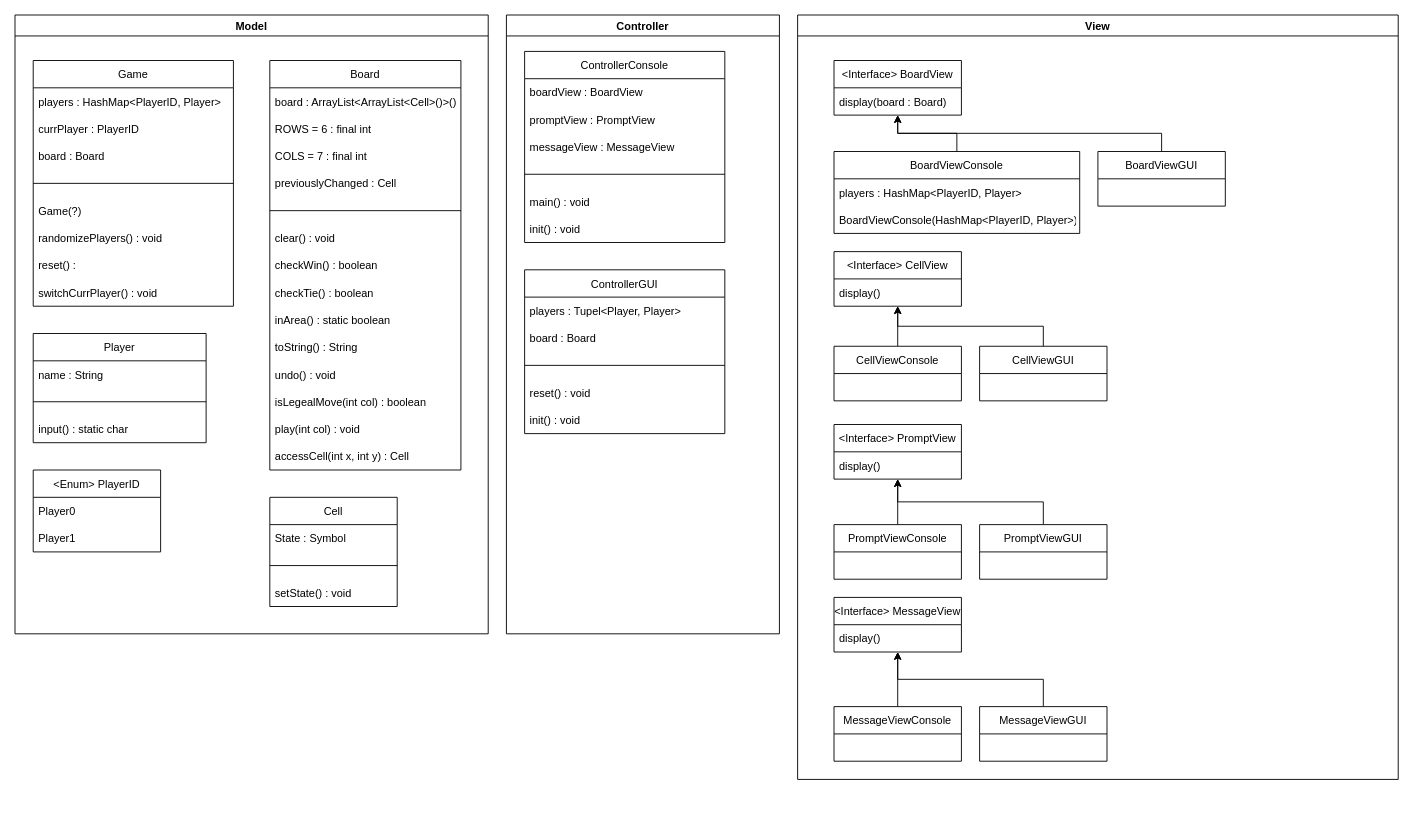
Above: Documentation/viergewinnt.drawio in s-prechtl/sprechtl_jweissen_viergewinnt (draw.io), before the change. Source tidied: cells renumbered, new cells numbered last; positions are measured from the earlier drawing's top-left corner, leaving out a move shared by most shapes. Both pictures are drawn from the tidied source at 91%, with x=0, y=0 at pixel (15, 15).
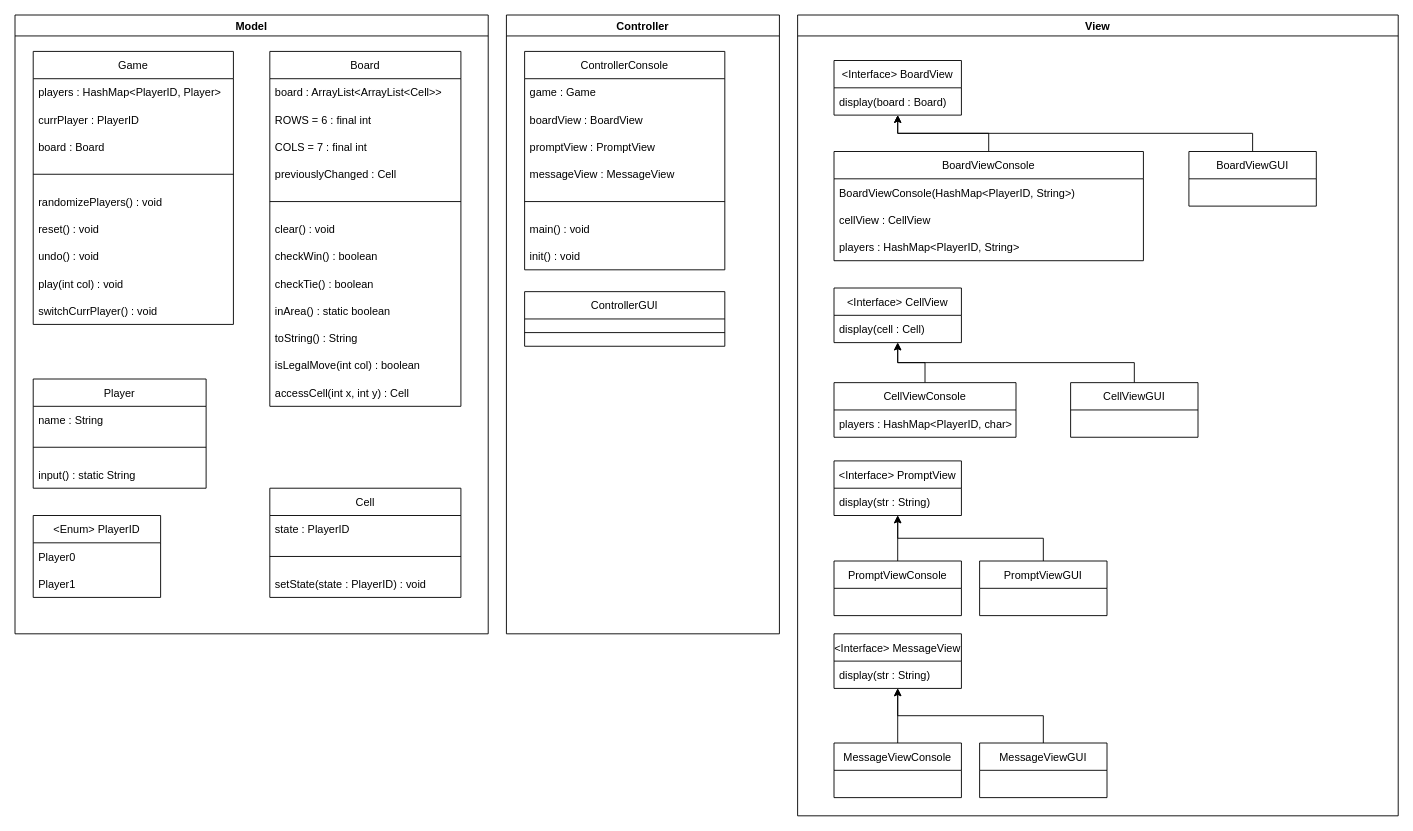
Above is the later version.

Commit message:
Klassendiagramm Konsole vorerst vervollständigt, .gitignore für IntelliJ angepasst

Unchanged cells that the change refers to:
```xml
<mxCell id="2" value="Model" style="swimlane;" parent="1" vertex="1">
  <mxGeometry width="520" height="680" as="geometry" />
</mxCell>
<mxCell id="42" value="Controller" style="swimlane;" parent="1" vertex="1">
  <mxGeometry x="540" width="300" height="680" as="geometry" />
</mxCell>
```

What changed in the source:
```diff
@@
     <mxCell id="3" value="Player" style="swimlane;fontStyle=0;horizontal=1;startSize=30;" parent="2" vertex="1">
-      <mxGeometry x="20" y="350" width="190" height="120" as="geometry" />
+      <mxGeometry x="20" y="400" width="190" height="120" as="geometry" />
     </mxCell>
@@
-    <mxCell id="7" value="input() : static char " style="text;strokeColor=none;fillColor=none;align=left;verticalAlign=middle;spacingLeft=4;spacingRight=4;overflow=hidden;" parent="3" vertex="1">
+    <mxCell id="7" value="input() : static String" style="text;strokeColor=none;fillColor=none;align=left;verticalAlign=middle;spacingLeft=4;spacingRight=4;overflow=hidden;" parent="3" vertex="1">
       <mxGeometry y="90" width="190" height="30" as="geometry" />
     </mxCell>
     <mxCell id="8" value="Cell" style="swimlane;fontStyle=0;horizontal=1;startSize=30;" parent="2" vertex="1">
-      <mxGeometry x="280" y="530" width="140" height="120" as="geometry" />
+      <mxGeometry x="280" y="520" width="210" height="120" as="geometry" />
     </mxCell>
-    <mxCell id="9" value="State : Symbol" style="text;strokeColor=none;fillColor=none;align=left;verticalAlign=middle;spacingLeft=4;spacingRight=4;overflow=hidden;" parent="8" vertex="1">
-      <mxGeometry y="30" width="140" height="30" as="geometry" />
+    <mxCell id="9" value="state : PlayerID" style="text;strokeColor=none;fillColor=none;align=left;verticalAlign=middle;spacingLeft=4;spacingRight=4;overflow=hidden;" parent="8" vertex="1">
+      <mxGeometry y="30" width="210" height="30" as="geometry" />
     </mxCell>
     <mxCell id="10" value="   " style="text;strokeColor=none;fillColor=none;align=left;verticalAlign=middle;spacingLeft=4;spacingRight=4;overflow=hidden;points=[[0,0.5],[1,0.5]];portConstraint=eastwest;" parent="8" vertex="1">
-      <mxGeometry y="60" width="140" height="30" as="geometry" />
+      <mxGeometry y="60" width="210" height="30" as="geometry" />
     </mxCell>
-    <mxCell id="11" value="setState() : void" style="text;strokeColor=none;fillColor=none;align=left;verticalAlign=middle;spacingLeft=4;spacingRight=4;overflow=hidden;" parent="8" vertex="1">
-      <mxGeometry y="90" width="140" height="30" as="geometry" />
+    <mxCell id="11" value="setState(state : PlayerID) : void" style="text;strokeColor=none;fillColor=none;align=left;verticalAlign=middle;spacingLeft=4;spacingRight=4;overflow=hidden;" parent="8" vertex="1">
+      <mxGeometry y="90" width="210" height="30" as="geometry" />
     </mxCell>
@@
     <mxCell id="13" value="Board" style="swimlane;fontStyle=0;horizontal=1;startSize=30;" parent="2" vertex="1">
-      <mxGeometry x="280" y="50" width="210" height="450" as="geometry" />
+      <mxGeometry x="280" y="40" width="210" height="390" as="geometry" />
     </mxCell>
-    <mxCell id="14" value="board : ArrayList&lt;ArrayList&lt;Cell&gt;()&gt;()" style="text;strokeColor=none;fillColor=none;align=left;verticalAlign=middle;spacingLeft=4;spacingRight=4;overflow=hidden;" parent="13" vertex="1">
+    <mxCell id="14" value="board : ArrayList&lt;ArrayList&lt;Cell&gt;&gt;" style="text;strokeColor=none;fillColor=none;align=left;verticalAlign=middle;spacingLeft=4;spacingRight=4;overflow=hidden;" parent="13" vertex="1">
       <mxGeometry y="30" width="210" height="30" as="geometry" />
     </mxCell>
@@
-    <mxCell id="25" value="undo() : void" style="text;strokeColor=none;fillColor=none;align=left;verticalAlign=middle;spacingLeft=4;spacingRight=4;overflow=hidden;" parent="13" vertex="1">
-      <mxGeometry y="330" width="210" height="30" as="geometry" />
-    </mxCell>
-    <mxCell id="26" value="isLegealMove(int col) : boolean" style="text;strokeColor=none;fillColor=none;align=left;verticalAlign=middle;spacingLeft=4;spacingRight=4;overflow=hidden;" parent="13" vertex="1">
-      <mxGeometry y="360" width="210" height="30" as="geometry" />
+    <mxCell id="26" value="isLegalMove(int col) : boolean" style="text;strokeColor=none;fillColor=none;align=left;verticalAlign=middle;spacingLeft=4;spacingRight=4;overflow=hidden;" parent="13" vertex="1">
+      <mxGeometry y="330" width="210" height="30" as="geometry" />
     </mxCell>
-    <mxCell id="27" value="play(int col) : void" style="text;strokeColor=none;fillColor=none;align=left;verticalAlign=middle;spacingLeft=4;spacingRight=4;overflow=hidden;" parent="13" vertex="1">
-      <mxGeometry y="390" width="210" height="30" as="geometry" />
-    </mxCell>
     <mxCell id="28" value="accessCell(int x, int y) : Cell" style="text;strokeColor=none;fillColor=none;align=left;verticalAlign=middle;spacingLeft=4;spacingRight=4;overflow=hidden;" parent="13" vertex="1">
-      <mxGeometry y="420" width="210" height="30" as="geometry" />
+      <mxGeometry y="360" width="210" height="30" as="geometry" />
     </mxCell>
     <mxCell id="29" value="&lt;Enum&gt; PlayerID" style="swimlane;fontStyle=0;horizontal=1;startSize=30;" parent="2" vertex="1">
-      <mxGeometry x="20" y="500" width="140" height="90" as="geometry" />
+      <mxGeometry x="20" y="550" width="140" height="90" as="geometry" />
     </mxCell>
@@
     <mxCell id="32" value="Game" style="swimlane;fontStyle=0;horizontal=1;startSize=30;" parent="2" vertex="1">
-      <mxGeometry x="20" y="50" width="220" height="270" as="geometry" />
+      <mxGeometry x="20" y="40" width="220" height="300" as="geometry" />
     </mxCell>
@@
-    <mxCell id="38" value="Game(?)" style="text;strokeColor=none;fillColor=none;align=left;verticalAlign=middle;spacingLeft=4;spacingRight=4;overflow=hidden;" parent="32" vertex="1">
-      <mxGeometry y="150" width="220" height="30" as="geometry" />
-    </mxCell>
     <mxCell id="39" value="randomizePlayers() : void" style="text;strokeColor=none;fillColor=none;align=left;verticalAlign=middle;spacingLeft=4;spacingRight=4;overflow=hidden;" parent="32" vertex="1">
-      <mxGeometry y="180" width="220" height="30" as="geometry" />
+      <mxGeometry y="150" width="220" height="30" as="geometry" />
     </mxCell>
-    <mxCell id="40" value="reset() : " style="text;strokeColor=none;fillColor=none;align=left;verticalAlign=middle;spacingLeft=4;spacingRight=4;overflow=hidden;" parent="32" vertex="1">
-      <mxGeometry y="210" width="220" height="30" as="geometry" />
+    <mxCell id="40" value="reset() : void" style="text;strokeColor=none;fillColor=none;align=left;verticalAlign=middle;spacingLeft=4;spacingRight=4;overflow=hidden;" parent="32" vertex="1">
+      <mxGeometry y="180" width="220" height="30" as="geometry" />
     </mxCell>
+    <mxCell id="25" value="undo() : void" style="text;strokeColor=none;fillColor=none;align=left;verticalAlign=middle;spacingLeft=4;spacingRight=4;overflow=hidden;" parent="32" vertex="1">
+      <mxGeometry y="210" width="220" height="30" as="geometry" />
+    </mxCell>
+    <mxCell id="27" value="play(int col) : void" style="text;strokeColor=none;fillColor=none;align=left;verticalAlign=middle;spacingLeft=4;spacingRight=4;overflow=hidden;" parent="32" vertex="1">
+      <mxGeometry y="240" width="220" height="30" as="geometry" />
+    </mxCell>
     <mxCell id="41" value="switchCurrPlayer() : void" style="text;strokeColor=none;fillColor=none;align=left;verticalAlign=middle;spacingLeft=4;spacingRight=4;overflow=hidden;" parent="32" vertex="1">
-      <mxGeometry y="240" width="220" height="30" as="geometry" />
+      <mxGeometry y="270" width="220" height="30" as="geometry" />
     </mxCell>
@@
     <mxCell id="43" value="ControllerConsole" style="swimlane;fontStyle=0;horizontal=1;startSize=30;" parent="42" vertex="1">
-      <mxGeometry x="20" y="40" width="220" height="210" as="geometry" />
+      <mxGeometry x="20" y="40" width="220" height="240" as="geometry" />
     </mxCell>
@@
+    <mxCell id="85" value="game : Game" style="text;strokeColor=none;fillColor=none;align=left;verticalAlign=middle;spacingLeft=4;spacingRight=4;overflow=hidden;" parent="43" vertex="1">
+      <mxGeometry y="30" width="220" height="30" as="geometry" />
+    </mxCell>
     <mxCell id="45" value="boardView : BoardView" style="text;strokeColor=none;fillColor=none;align=left;verticalAlign=middle;spacingLeft=4;spacingRight=4;overflow=hidden;" parent="43" vertex="1">
-      <mxGeometry y="30" width="220" height="30" as="geometry" />
+      <mxGeometry y="60" width="220" height="30" as="geometry" />
     </mxCell>
     <mxCell id="46" value="promptView : PromptView" style="text;strokeColor=none;fillColor=none;align=left;verticalAlign=middle;spacingLeft=4;spacingRight=4;overflow=hidden;" parent="43" vertex="1">
-      <mxGeometry y="60" width="220" height="30" as="geometry" />
+      <mxGeometry y="90" width="220" height="30" as="geometry" />
     </mxCell>
     <mxCell id="47" value="messageView : MessageView" style="text;strokeColor=none;fillColor=none;align=left;verticalAlign=middle;spacingLeft=4;spacingRight=4;overflow=hidden;" parent="43" vertex="1">
-      <mxGeometry y="90" width="220" height="30" as="geometry" />
+      <mxGeometry y="120" width="220" height="30" as="geometry" />
     </mxCell>
     <mxCell id="48" value="   " style="text;strokeColor=none;fillColor=none;align=left;verticalAlign=middle;spacingLeft=4;spacingRight=4;overflow=hidden;points=[[0,0.5],[1,0.5]];portConstraint=eastwest;" parent="43" vertex="1">
-      <mxGeometry y="120" width="220" height="30" as="geometry" />
+      <mxGeometry y="150" width="220" height="30" as="geometry" />
     </mxCell>
     <mxCell id="49" value="main() : void" style="text;strokeColor=none;fillColor=none;align=left;verticalAlign=middle;spacingLeft=4;spacingRight=4;overflow=hidden;" parent="43" vertex="1">
-      <mxGeometry y="150" width="220" height="30" as="geometry" />
+      <mxGeometry y="180" width="220" height="30" as="geometry" />
     </mxCell>
     <mxCell id="50" value="init() : void" style="text;strokeColor=none;fillColor=none;align=left;verticalAlign=middle;spacingLeft=4;spacingRight=4;overflow=hidden;" parent="43" vertex="1">
-      <mxGeometry y="180" width="220" height="30" as="geometry" />
+      <mxGeometry y="210" width="220" height="30" as="geometry" />
     </mxCell>
     <mxCell id="51" value="ControllerGUI" style="swimlane;fontStyle=0;horizontal=1;startSize=30;" parent="42" vertex="1">
-      <mxGeometry x="20" y="280" width="220" height="180" as="geometry" />
+      <mxGeometry x="20" y="304" width="220" height="60" as="geometry" />
     </mxCell>
-    <mxCell id="52" value="players : Tupel&lt;Player, Player&gt;" style="text;strokeColor=none;fillColor=none;align=left;verticalAlign=middle;spacingLeft=4;spacingRight=4;overflow=hidden;" parent="51" vertex="1">
-      <mxGeometry y="30" width="220" height="30" as="geometry" />
-    </mxCell>
-    <mxCell id="53" value="board : Board" style="text;strokeColor=none;fillColor=none;align=left;verticalAlign=middle;spacingLeft=4;spacingRight=4;overflow=hidden;" parent="51" vertex="1">
-      <mxGeometry y="60" width="220" height="30" as="geometry" />
-    </mxCell>
     <mxCell id="54" value=" " style="text;strokeColor=none;fillColor=none;align=left;verticalAlign=middle;spacingLeft=4;spacingRight=4;overflow=hidden;points=[[0,0.5],[1,0.5]];portConstraint=eastwest;" parent="51" vertex="1">
-      <mxGeometry y="90" width="220" height="30" as="geometry" />
+      <mxGeometry y="30" width="220" height="30" as="geometry" />
     </mxCell>
-    <mxCell id="55" value="reset() : void" style="text;strokeColor=none;fillColor=none;align=left;verticalAlign=middle;spacingLeft=4;spacingRight=4;overflow=hidden;" parent="51" vertex="1">
-      <mxGeometry y="120" width="220" height="30" as="geometry" />
-    </mxCell>
-    <mxCell id="56" value="init() : void" style="text;strokeColor=none;fillColor=none;align=left;verticalAlign=middle;spacingLeft=4;spacingRight=4;overflow=hidden;" parent="51" vertex="1">
-      <mxGeometry y="150" width="220" height="30" as="geometry" />
-    </mxCell>
@@
     <mxCell id="58" value="View" style="swimlane;" parent="1" vertex="1">
-      <mxGeometry x="860" width="660" height="840" as="geometry" />
+      <mxGeometry x="860" width="660" height="880" as="geometry" />
     </mxCell>
@@
     <mxCell id="62" value="BoardViewGUI" style="swimlane;fontStyle=0;horizontal=1;startSize=30;" parent="58" vertex="1">
-      <mxGeometry x="330" y="150" width="140" height="60" as="geometry" />
+      <mxGeometry x="430" y="150" width="140" height="60" as="geometry" />
     </mxCell>
@@
     <mxCell id="64" value="BoardViewConsole" style="swimlane;fontStyle=0;horizontal=1;startSize=30;" parent="58" vertex="1">
-      <mxGeometry x="40" y="150" width="270" height="90" as="geometry" />
+      <mxGeometry x="40" y="150" width="340" height="120" as="geometry" />
     </mxCell>
+    <mxCell id="66" value="BoardViewConsole(HashMap&lt;PlayerID, String&gt;)" style="text;strokeColor=none;fillColor=none;align=left;verticalAlign=middle;spacingLeft=4;spacingRight=4;overflow=hidden;" parent="64" vertex="1">
+      <mxGeometry y="30" width="340" height="30" as="geometry" />
+    </mxCell>
+    <mxCell id="86" value="cellView : CellView" style="text;strokeColor=none;fillColor=none;align=left;verticalAlign=middle;spacingLeft=4;spacingRight=4;overflow=hidden;" parent="64" vertex="1">
+      <mxGeometry y="60" width="340" height="30" as="geometry" />
+    </mxCell>
-    <mxCell id="65" value="players : HashMap&lt;PlayerID, Player&gt;" style="text;strokeColor=none;fillColor=none;align=left;verticalAlign=middle;spacingLeft=4;spacingRight=4;overflow=hidden;" parent="64" vertex="1">
-      <mxGeometry y="30" width="270" height="30" as="geometry" />
+    <mxCell id="65" value="players : HashMap&lt;PlayerID, String&gt;" style="text;strokeColor=none;fillColor=none;align=left;verticalAlign=middle;spacingLeft=4;spacingRight=4;overflow=hidden;" parent="64" vertex="1">
+      <mxGeometry y="90" width="340" height="30" as="geometry" />
     </mxCell>
-    <mxCell id="66" value="BoardViewConsole(HashMap&lt;PlayerID, Player&gt;)" style="text;strokeColor=none;fillColor=none;align=left;verticalAlign=middle;spacingLeft=4;spacingRight=4;overflow=hidden;" parent="64" vertex="1">
-      <mxGeometry y="60" width="270" height="30" as="geometry" />
-    </mxCell>
     <mxCell id="67" value="&lt;Interface&gt; CellView" style="swimlane;fontStyle=0;horizontal=1;startSize=30;" parent="58" vertex="1">
-      <mxGeometry x="40" y="260" width="140" height="60" as="geometry" />
+      <mxGeometry x="40" y="300" width="140" height="60" as="geometry" />
     </mxCell>
-    <mxCell id="68" value="display()" style="text;strokeColor=none;fillColor=none;align=left;verticalAlign=middle;spacingLeft=4;spacingRight=4;overflow=hidden;" parent="67" vertex="1">
+    <mxCell id="68" value="display(cell : Cell)" style="text;strokeColor=none;fillColor=none;align=left;verticalAlign=middle;spacingLeft=4;spacingRight=4;overflow=hidden;" parent="67" vertex="1">
       <mxGeometry y="30" width="140" height="30" as="geometry" />
     </mxCell>
@@
     <mxCell id="70" value="CellViewGUI" style="swimlane;fontStyle=0;horizontal=1;startSize=30;" parent="58" vertex="1">
-      <mxGeometry x="200" y="364" width="140" height="60" as="geometry" />
+      <mxGeometry x="300" y="404" width="140" height="60" as="geometry" />
     </mxCell>
@@
     <mxCell id="72" value="CellViewConsole" style="swimlane;fontStyle=0;horizontal=1;startSize=30;" parent="58" vertex="1">
-      <mxGeometry x="40" y="364" width="140" height="60" as="geometry" />
+      <mxGeometry x="40" y="404" width="200" height="60" as="geometry" />
     </mxCell>
+    <mxCell id="87" value="players : HashMap&lt;PlayerID, char&gt;" style="text;strokeColor=none;fillColor=none;align=left;verticalAlign=middle;spacingLeft=4;spacingRight=4;overflow=hidden;" parent="72" vertex="1">
+      <mxGeometry y="30" width="200" height="30" as="geometry" />
+    </mxCell>
     <mxCell id="73" value="&lt;Interface&gt; PromptView" style="swimlane;fontStyle=0;horizontal=1;startSize=30;" parent="58" vertex="1">
-      <mxGeometry x="40" y="450" width="140" height="60" as="geometry" />
+      <mxGeometry x="40" y="490" width="140" height="60" as="geometry" />
     </mxCell>
-    <mxCell id="74" value="display()" style="text;strokeColor=none;fillColor=none;align=left;verticalAlign=middle;spacingLeft=4;spacingRight=4;overflow=hidden;" parent="73" vertex="1">
+    <mxCell id="74" value="display(str : String)" style="text;strokeColor=none;fillColor=none;align=left;verticalAlign=middle;spacingLeft=4;spacingRight=4;overflow=hidden;" parent="73" vertex="1">
       <mxGeometry y="30" width="140" height="30" as="geometry" />
     </mxCell>
@@
     <mxCell id="76" value="PromptViewGUI" style="swimlane;fontStyle=0;horizontal=1;startSize=30;" parent="58" vertex="1">
-      <mxGeometry x="200" y="560" width="140" height="60" as="geometry" />
+      <mxGeometry x="200" y="600" width="140" height="60" as="geometry" />
     </mxCell>
@@
     <mxCell id="78" value="PromptViewConsole" style="swimlane;fontStyle=0;horizontal=1;startSize=30;" parent="58" vertex="1">
-      <mxGeometry x="40" y="560" width="140" height="60" as="geometry" />
+      <mxGeometry x="40" y="600" width="140" height="60" as="geometry" />
     </mxCell>
     <mxCell id="79" value="&lt;Interface&gt; MessageView" style="swimlane;fontStyle=0;horizontal=1;startSize=30;" parent="58" vertex="1">
-      <mxGeometry x="40" y="640" width="140" height="60" as="geometry" />
+      <mxGeometry x="40" y="680" width="140" height="60" as="geometry" />
     </mxCell>
-    <mxCell id="80" value="display()" style="text;strokeColor=none;fillColor=none;align=left;verticalAlign=middle;spacingLeft=4;spacingRight=4;overflow=hidden;" parent="79" vertex="1">
+    <mxCell id="80" value="display(str : String)" style="text;strokeColor=none;fillColor=none;align=left;verticalAlign=middle;spacingLeft=4;spacingRight=4;overflow=hidden;" parent="79" vertex="1">
       <mxGeometry y="30" width="140" height="30" as="geometry" />
     </mxCell>
@@
     <mxCell id="82" value="MessageViewGUI" style="swimlane;fontStyle=0;horizontal=1;startSize=30;" parent="58" vertex="1">
-      <mxGeometry x="200" y="760" width="140" height="60" as="geometry" />
+      <mxGeometry x="200" y="800" width="140" height="60" as="geometry" />
     </mxCell>
@@
     <mxCell id="84" value="MessageViewConsole" style="swimlane;fontStyle=0;horizontal=1;startSize=30;" parent="58" vertex="1">
-      <mxGeometry x="40" y="760" width="140" height="60" as="geometry" />
+      <mxGeometry x="40" y="800" width="140" height="60" as="geometry" />
     </mxCell>
```
